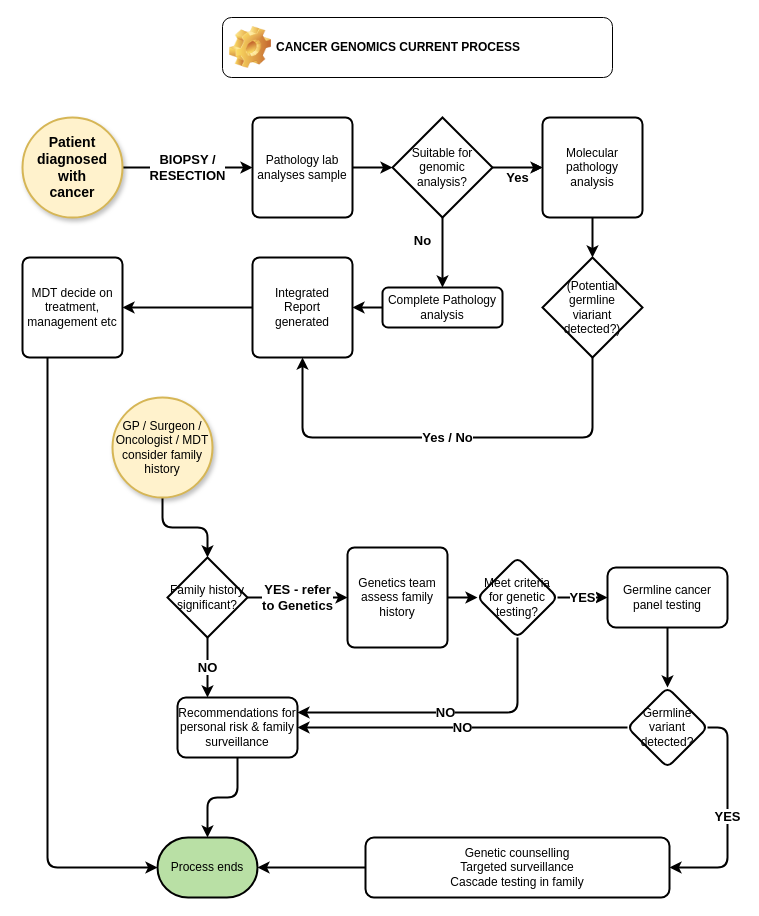
Above: BasicCancerFlow.drawio in mckeelab/cancerflow (draw.io), before the change. Source tidied: cells renumbered, new cells numbered last; positions are measured from the earlier drawing's top-left corner, leaving out a move shared by most shapes. Both pictures are drawn from the tidied source at 100%, with x=0, y=0 at pixel (22, 17).
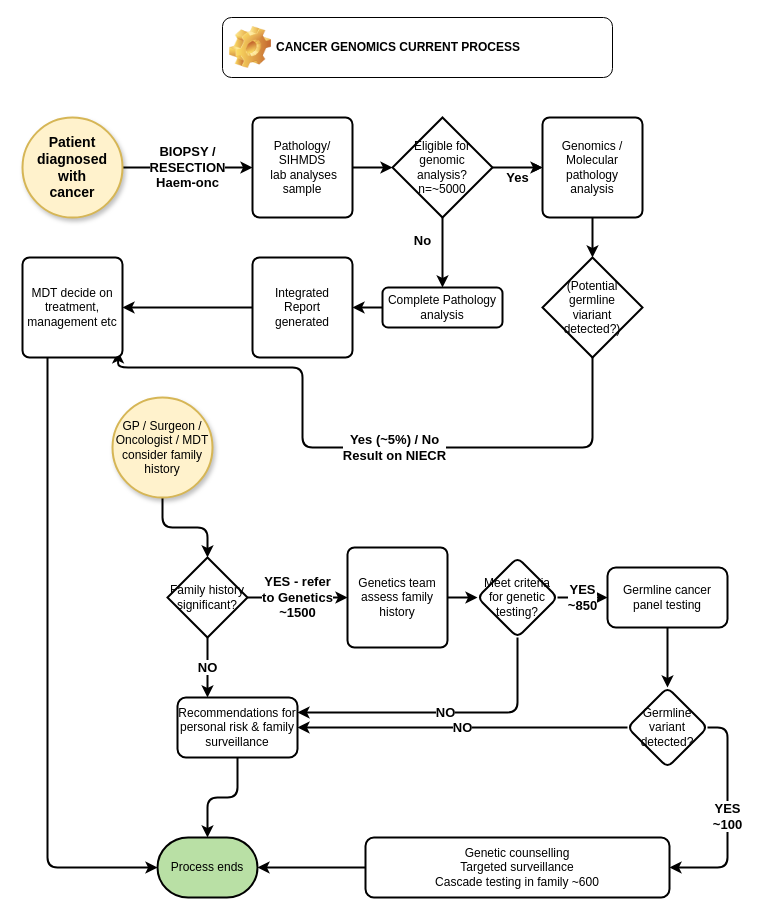
The same page after the edit.

The change refers to these unchanged cells:
```xml
<mxCell id="14" value="(Potential &lt;br&gt;germline &lt;br&gt;viariant &lt;br&gt;detected?)" style="strokeWidth=2;html=1;shape=mxgraph.flowchart.decision;whiteSpace=wrap;rounded=1;arcSize=14;" parent="1" vertex="1">
  <mxGeometry x="520" y="240" width="100" height="100" as="geometry" />
</mxCell>
<mxCell id="16" value="Integrated &lt;br&gt;Report &lt;br&gt;generated" style="rounded=1;whiteSpace=wrap;html=1;absoluteArcSize=1;arcSize=14;strokeWidth=2;" parent="1" vertex="1">
  <mxGeometry x="230" y="240" width="100" height="100" as="geometry" />
</mxCell>
<mxCell id="18" value="MDT decide on treatment, management etc" style="rounded=1;whiteSpace=wrap;html=1;absoluteArcSize=1;arcSize=14;strokeWidth=2;" parent="1" vertex="1">
  <mxGeometry y="240" width="100" height="100" as="geometry" />
</mxCell>
<mxCell id="19" value="Patient &lt;br style=&quot;font-size: 14px;&quot;&gt;diagnosed with &lt;br style=&quot;font-size: 14px;&quot;&gt;cancer" style="strokeWidth=2;html=1;shape=mxgraph.flowchart.start_2;whiteSpace=wrap;fillColor=#fff2cc;strokeColor=#d6b656;shadow=1;fontSize=14;fontStyle=1;" parent="1" vertex="1">
  <mxGeometry y="100" width="100" height="100" as="geometry" />
</mxCell>
<mxCell id="24" value="Family history significant?" style="rhombus;whiteSpace=wrap;html=1;strokeWidth=2;" parent="1" vertex="1">
  <mxGeometry x="145" y="540" width="80" height="80" as="geometry" />
</mxCell>
<mxCell id="28" value="Genetics team assess family history" style="rounded=1;whiteSpace=wrap;html=1;absoluteArcSize=1;arcSize=14;strokeWidth=2;" parent="1" vertex="1">
  <mxGeometry x="325" y="530" width="100" height="100" as="geometry" />
</mxCell>
<mxCell id="31" value="Meet criteria for genetic testing?" style="rhombus;whiteSpace=wrap;html=1;rounded=1;arcSize=14;strokeWidth=2;" parent="1" vertex="1">
  <mxGeometry x="455" y="540" width="80" height="80" as="geometry" />
</mxCell>
<mxCell id="35" value="Germline cancer panel testing" style="whiteSpace=wrap;html=1;rounded=1;arcSize=14;strokeWidth=2;" parent="1" vertex="1">
  <mxGeometry x="585" y="550" width="120" height="60" as="geometry" />
</mxCell>
<mxCell id="38" value="Germline&lt;br&gt;variant&lt;br&gt;detected?" style="rhombus;whiteSpace=wrap;html=1;rounded=1;arcSize=14;strokeWidth=2;" parent="1" vertex="1">
  <mxGeometry x="605" y="670" width="80" height="80" as="geometry" />
</mxCell>
```

What changed in the source:
```diff
@@
-    <mxCell id="2" value="BIOPSY / &lt;br&gt;RESECTION" style="edgeStyle=orthogonalEdgeStyle;rounded=1;jettySize=auto;html=1;exitX=0;exitY=0.5;exitDx=0;exitDy=0;entryX=1;entryY=0.5;entryDx=0;entryDy=0;endArrow=none;fontSize=13;startArrow=classic;startFill=1;endFill=0;fontStyle=1;strokeWidth=2;entryPerimeter=0;" parent="1" edge="1" source="7" target="19">
+    <mxCell id="2" value="BIOPSY / &lt;br&gt;RESECTION&lt;br&gt;Haem-onc" style="edgeStyle=orthogonalEdgeStyle;rounded=1;jettySize=auto;html=1;exitX=0;exitY=0.5;exitDx=0;exitDy=0;entryX=1;entryY=0.5;entryDx=0;entryDy=0;endArrow=none;fontSize=13;startArrow=classic;startFill=1;endFill=0;fontStyle=1;strokeWidth=2;entryPerimeter=0;" parent="1" edge="1" source="7" target="19">
       <mxGeometry relative="1" as="geometry" />
     </mxCell>
@@
-    <mxCell id="7" value="Pathology lab analyses sample" style="rounded=1;whiteSpace=wrap;html=1;absoluteArcSize=1;arcSize=14;strokeWidth=2;" parent="1" vertex="1">
+    <mxCell id="7" value="Pathology/&lt;br&gt;SIHMDS&lt;br&gt;&amp;nbsp;lab analyses sample" style="rounded=1;whiteSpace=wrap;html=1;absoluteArcSize=1;arcSize=14;strokeWidth=2;" parent="1" vertex="1">
       <mxGeometry x="230" y="100" width="100" height="100" as="geometry" />
     </mxCell>
@@
-    <mxCell id="9" value="Suitable for genomic analysis?" style="strokeWidth=2;html=1;shape=mxgraph.flowchart.decision;whiteSpace=wrap;rounded=1;arcSize=14;" parent="1" vertex="1">
+    <mxCell id="9" value="Eligible for genomic analysis?&lt;br&gt;n=~5000" style="strokeWidth=2;html=1;shape=mxgraph.flowchart.decision;whiteSpace=wrap;rounded=1;arcSize=14;" parent="1" vertex="1">
       <mxGeometry x="370" y="100" width="100" height="100" as="geometry" />
     </mxCell>
@@
-    <mxCell id="12" value="Molecular pathology analysis" style="rounded=1;whiteSpace=wrap;html=1;absoluteArcSize=1;arcSize=14;strokeWidth=2;" parent="1" vertex="1">
+    <mxCell id="12" value="Genomics / Molecular pathology analysis" style="rounded=1;whiteSpace=wrap;html=1;absoluteArcSize=1;arcSize=14;strokeWidth=2;" parent="1" vertex="1">
       <mxGeometry x="520" y="100" width="100" height="100" as="geometry" />
     </mxCell>
-    <mxCell id="13" value="Yes / No" style="edgeStyle=orthogonalEdgeStyle;rounded=1;jettySize=auto;html=1;entryX=0.5;entryY=1;entryDx=0;entryDy=0;exitX=0.5;exitY=1;exitDx=0;exitDy=0;endArrow=none;fontSize=13;startArrow=classic;startFill=1;endFill=0;fontStyle=1;strokeWidth=2;entryPerimeter=0;" parent="1" edge="1" source="16" target="14">
+    <mxCell id="13" value="Yes (~5%)&amp;nbsp;/ No&lt;br&gt;Result on NIECR" style="edgeStyle=orthogonalEdgeStyle;rounded=1;jettySize=auto;html=1;entryX=0.908;entryY=0.562;entryDx=0;entryDy=0;exitX=0.956;exitY=0.938;exitDx=0;exitDy=0;endArrow=none;fontSize=13;startArrow=classic;startFill=1;endFill=0;fontStyle=1;strokeWidth=2;entryPerimeter=0;exitPerimeter=0;" parent="1" edge="1" source="18" target="14">
       <mxGeometry relative="1" as="geometry">
         <Array as="points">
-          <mxPoint x="280" y="420" />
-          <mxPoint x="570" y="420" />
+          <mxPoint x="96" y="350" />
+          <mxPoint x="280" y="350" />
+          <mxPoint x="280" y="430" />
+          <mxPoint x="570" y="430" />
+          <mxPoint x="570" y="296" />
         </Array>
       </mxGeometry>
     </mxCell>
@@
-    <mxCell id="26" value="YES - refer&lt;br style=&quot;font-size: 13px;&quot;&gt;to Genetics" style="edgeStyle=orthogonalEdgeStyle;rounded=0;jettySize=auto;html=1;startArrow=classic;startFill=1;endArrow=none;endFill=0;fontSize=13;fontStyle=1;strokeWidth=2;" parent="1" edge="1" source="28" target="24">
+    <mxCell id="26" value="YES - refer&lt;br style=&quot;font-size: 13px;&quot;&gt;to Genetics&lt;br&gt;~1500" style="edgeStyle=orthogonalEdgeStyle;rounded=0;jettySize=auto;html=1;startArrow=classic;startFill=1;endArrow=none;endFill=0;fontSize=13;fontStyle=1;strokeWidth=2;" parent="1" edge="1" source="28" target="24">
       <mxGeometry relative="1" as="geometry" />
     </mxCell>
@@
-    <mxCell id="30" value="YES" style="edgeStyle=orthogonalEdgeStyle;rounded=0;jettySize=auto;html=1;endArrow=none;fontSize=13;startArrow=classic;startFill=1;endFill=0;fontStyle=1;strokeWidth=2;" parent="1" edge="1" source="35" target="31">
+    <mxCell id="30" value="YES&lt;br&gt;~850" style="edgeStyle=orthogonalEdgeStyle;rounded=0;jettySize=auto;html=1;endArrow=none;fontSize=13;startArrow=classic;startFill=1;endFill=0;fontStyle=1;strokeWidth=2;" parent="1" edge="1" source="35" target="31">
       <mxGeometry relative="1" as="geometry" />
     </mxCell>
@@
-    <mxCell id="37" value="YES" style="edgeStyle=orthogonalEdgeStyle;rounded=1;jettySize=auto;html=1;exitX=1;exitY=0.5;exitDx=0;exitDy=0;entryX=1;entryY=0.5;entryDx=0;entryDy=0;endArrow=none;fontSize=13;startArrow=classic;startFill=1;endFill=0;fontStyle=1;strokeWidth=2;" parent="1" edge="1" source="40" target="38">
+    <mxCell id="37" value="YES&lt;br&gt;~100" style="edgeStyle=orthogonalEdgeStyle;rounded=1;jettySize=auto;html=1;exitX=1;exitY=0.5;exitDx=0;exitDy=0;entryX=1;entryY=0.5;entryDx=0;entryDy=0;endArrow=none;fontSize=13;startArrow=classic;startFill=1;endFill=0;fontStyle=1;strokeWidth=2;" parent="1" edge="1" source="40" target="38">
       <mxGeometry relative="1" as="geometry" />
     </mxCell>
@@
-    <mxCell id="40" value="Genetic counselling&lt;br&gt;Targeted surveillance&lt;br&gt;Cascade testing in family" style="whiteSpace=wrap;html=1;rounded=1;arcSize=14;strokeWidth=2;" parent="1" vertex="1">
+    <mxCell id="40" value="Genetic counselling&lt;br&gt;Targeted surveillance&lt;br&gt;Cascade testing in family ~600" style="whiteSpace=wrap;html=1;rounded=1;arcSize=14;strokeWidth=2;" parent="1" vertex="1">
       <mxGeometry x="343" y="820" width="304" height="60" as="geometry" />
     </mxCell>
```
